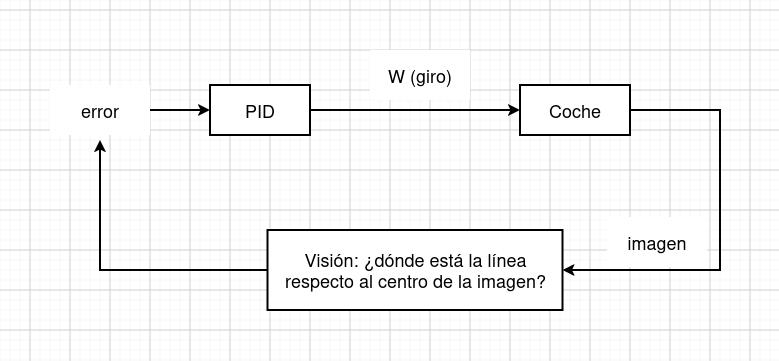
valentechie/blog-robotica-movil keeps this draw.io diagram as assets/img/sistema_control.png. Above is the earlier version. Source tidied: cells renumbered, new cells last; positions are measured from the earlier drawing's top-left corner, leaving out a move shared by most shapes. The source it was exported from:
```xml
<mxGraphModel>
  <root>
    <mxCell id="0" />
    <mxCell id="1" parent="0" />
    <mxCell id="2" style="edgeStyle=orthogonalEdgeStyle;rounded=0;jettySize=auto;html=1;entryX=0;entryY=0.5;entryDx=0;entryDy=0;strokeWidth=2;" parent="1" edge="1" source="3" target="5">
      <mxGeometry relative="1" as="geometry" />
    </mxCell>
    <mxCell id="3" value="&lt;font style=&quot;font-size: 18px;&quot;&gt;PID&lt;/font&gt;" style="rounded=0;whiteSpace=wrap;html=1;strokeWidth=2;" parent="1" vertex="1">
      <mxGeometry x="160" y="35" width="100" height="50" as="geometry" />
    </mxCell>
    <mxCell id="4" style="edgeStyle=orthogonalEdgeStyle;rounded=0;jettySize=auto;html=1;entryX=1;entryY=0.5;entryDx=0;entryDy=0;strokeWidth=2;" parent="1" edge="1" source="5" target="7">
      <mxGeometry x="-0.08" relative="1" as="geometry">
        <Array as="points">
          <mxPoint x="670" y="60" />
          <mxPoint x="670" y="220" />
        </Array>
      </mxGeometry>
    </mxCell>
    <mxCell id="5" value="&lt;font style=&quot;font-size: 18px;&quot;&gt;Coche&lt;/font&gt;" style="rounded=0;whiteSpace=wrap;html=1;strokeWidth=2;" parent="1" vertex="1">
      <mxGeometry x="470" y="35" width="110" height="50" as="geometry" />
    </mxCell>
    <mxCell id="6" style="edgeStyle=orthogonalEdgeStyle;rounded=0;jettySize=auto;html=1;strokeWidth=2;" parent="1" edge="1" source="7">
      <mxGeometry relative="1" as="geometry">
        <mxPoint x="50" y="90" as="targetPoint" />
      </mxGeometry>
    </mxCell>
    <mxCell id="7" value="&lt;font style=&quot;font-size: 18px;&quot;&gt;Visión: ¿dónde está la línea respecto al centro de la imagen?&lt;/font&gt;" style="rounded=0;whiteSpace=wrap;html=1;strokeWidth=2;" parent="1" vertex="1">
      <mxGeometry x="217.5" y="180" width="295" height="80" as="geometry" />
    </mxCell>
    <mxCell id="8" style="edgeStyle=orthogonalEdgeStyle;rounded=0;jettySize=auto;html=1;entryX=0;entryY=0.5;entryDx=0;entryDy=0;strokeWidth=2;" parent="1" edge="1" target="3">
      <mxGeometry relative="1" as="geometry">
        <mxPoint x="90" y="60" as="sourcePoint" />
      </mxGeometry>
    </mxCell>
    <mxCell id="9" value="&lt;font style=&quot;font-size: 18px;&quot;&gt;error&lt;/font&gt;" style="rounded=0;whiteSpace=wrap;html=1;strokeWidth=2;strokeColor=none;" parent="1" vertex="1">
      <mxGeometry y="35" width="100" height="50" as="geometry" />
    </mxCell>
    <mxCell id="10" value="&lt;font style=&quot;font-size: 18px;&quot;&gt;W (giro)&lt;/font&gt;" style="rounded=0;whiteSpace=wrap;html=1;strokeWidth=2;strokeColor=none;" parent="1" vertex="1">
      <mxGeometry x="320" width="100" height="50" as="geometry" />
    </mxCell>
    <mxCell id="11" value="&lt;font style=&quot;font-size: 18px;&quot;&gt;imagen&lt;/font&gt;" style="rounded=0;whiteSpace=wrap;html=1;strokeWidth=2;strokeColor=none;" parent="1" vertex="1">
      <mxGeometry x="557" y="167" width="100" height="50" as="geometry" />
    </mxCell>
  </root>
</mxGraphModel>
```
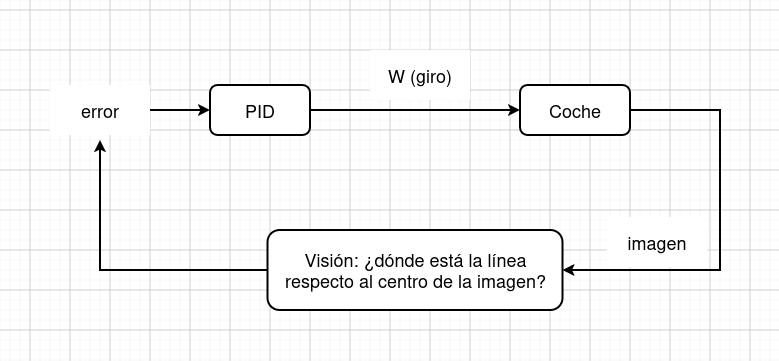
Above is the later version.

Diff of the diagram source:
```diff
@@ -5,7 +5,7 @@
     <mxCell id="2" style="edgeStyle=orthogonalEdgeStyle;rounded=0;jettySize=auto;html=1;entryX=0;entryY=0.5;entryDx=0;entryDy=0;strokeWidth=2;" parent="1" edge="1" source="3" target="5">
       <mxGeometry relative="1" as="geometry" />
     </mxCell>
-    <mxCell id="3" value="&lt;font style=&quot;font-size: 18px;&quot;&gt;PID&lt;/font&gt;" style="rounded=0;whiteSpace=wrap;html=1;strokeWidth=2;" parent="1" vertex="1">
+    <mxCell id="3" value="&lt;font style=&quot;font-size: 18px;&quot;&gt;PID&lt;/font&gt;" style="rounded=1;whiteSpace=wrap;html=1;strokeColor=default;align=center;verticalAlign=middle;fontFamily=Helvetica;fontSize=12;fontColor=default;fillColor=default;strokeWidth=2;" parent="1" vertex="1">
       <mxGeometry x="160" y="35" width="100" height="50" as="geometry" />
     </mxCell>
     <mxCell id="4" style="edgeStyle=orthogonalEdgeStyle;rounded=0;jettySize=auto;html=1;entryX=1;entryY=0.5;entryDx=0;entryDy=0;strokeWidth=2;" parent="1" edge="1" source="5" target="7">
@@ -16,7 +16,7 @@
         </Array>
       </mxGeometry>
     </mxCell>
-    <mxCell id="5" value="&lt;font style=&quot;font-size: 18px;&quot;&gt;Coche&lt;/font&gt;" style="rounded=0;whiteSpace=wrap;html=1;strokeWidth=2;" parent="1" vertex="1">
+    <mxCell id="5" value="&lt;font style=&quot;font-size: 18px;&quot;&gt;Coche&lt;/font&gt;" style="rounded=1;whiteSpace=wrap;html=1;strokeColor=default;align=center;verticalAlign=middle;fontFamily=Helvetica;fontSize=12;fontColor=default;fillColor=default;strokeWidth=2;" parent="1" vertex="1">
       <mxGeometry x="470" y="35" width="110" height="50" as="geometry" />
     </mxCell>
     <mxCell id="6" style="edgeStyle=orthogonalEdgeStyle;rounded=0;jettySize=auto;html=1;strokeWidth=2;" parent="1" edge="1" source="7">
@@ -24,7 +24,7 @@
         <mxPoint x="50" y="90" as="targetPoint" />
       </mxGeometry>
     </mxCell>
-    <mxCell id="7" value="&lt;font style=&quot;font-size: 18px;&quot;&gt;Visión: ¿dónde está la línea respecto al centro de la imagen?&lt;/font&gt;" style="rounded=0;whiteSpace=wrap;html=1;strokeWidth=2;" parent="1" vertex="1">
+    <mxCell id="7" value="&lt;font style=&quot;font-size: 18px;&quot;&gt;Visión: ¿dónde está la línea respecto al centro de la imagen?&lt;/font&gt;" style="rounded=1;whiteSpace=wrap;html=1;strokeColor=default;align=center;verticalAlign=middle;fontFamily=Helvetica;fontSize=12;fontColor=default;fillColor=default;strokeWidth=2;" parent="1" vertex="1">
       <mxGeometry x="217.5" y="180" width="295" height="80" as="geometry" />
     </mxCell>
     <mxCell id="8" style="edgeStyle=orthogonalEdgeStyle;rounded=0;jettySize=auto;html=1;entryX=0;entryY=0.5;entryDx=0;entryDy=0;strokeWidth=2;" parent="1" edge="1" target="3">
```
